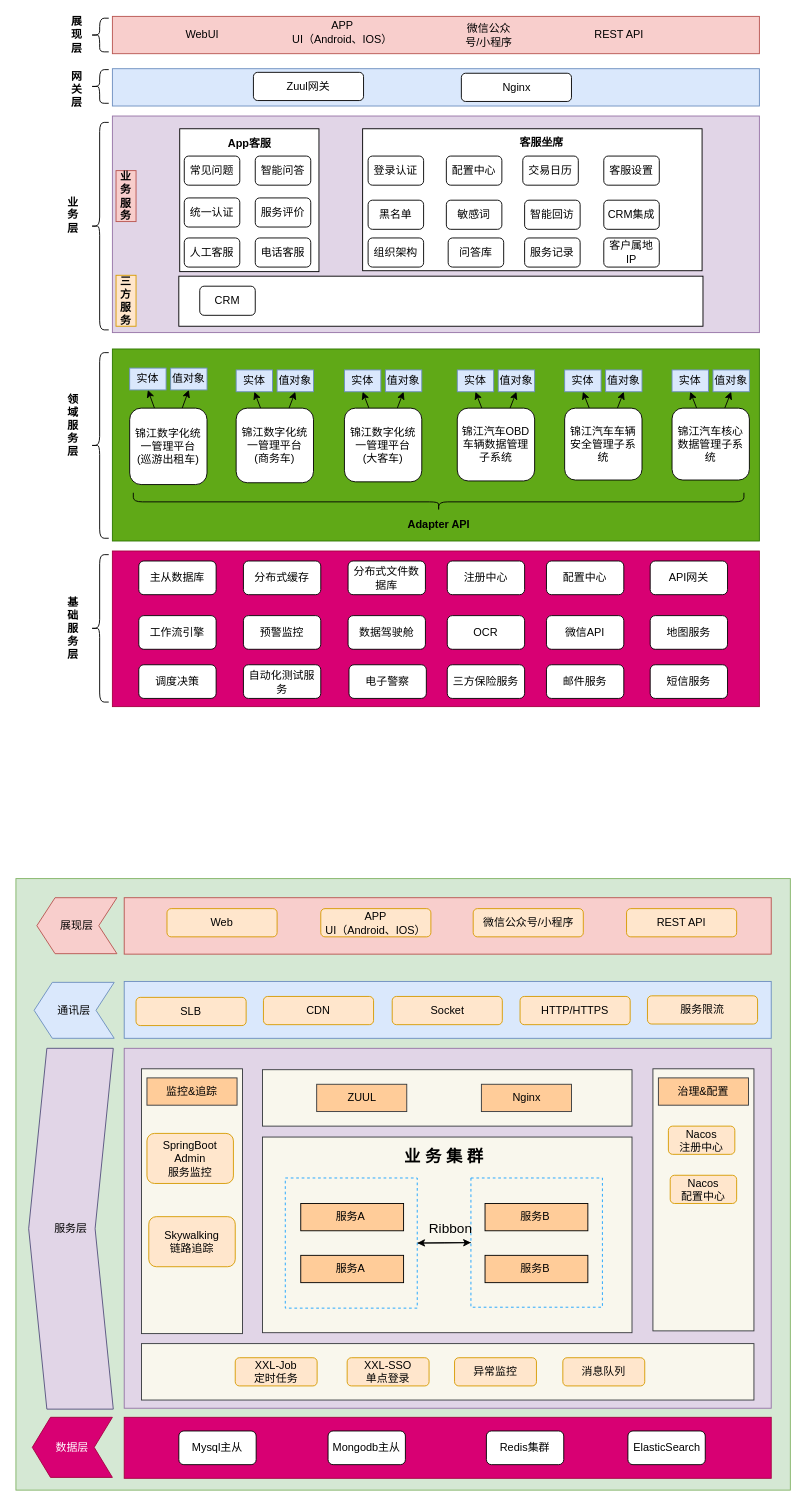
Above: 客服应用架构.drawio in ammengke/my-drawio (draw.io), before the change. Source tidied: cells renumbered, new cells numbered last; positions are measured from the earlier drawing's top-left corner, leaving out a move shared by most shapes. Both pictures are drawn from the tidied source at 91%, with x=0, y=0 at pixel (15, 15).
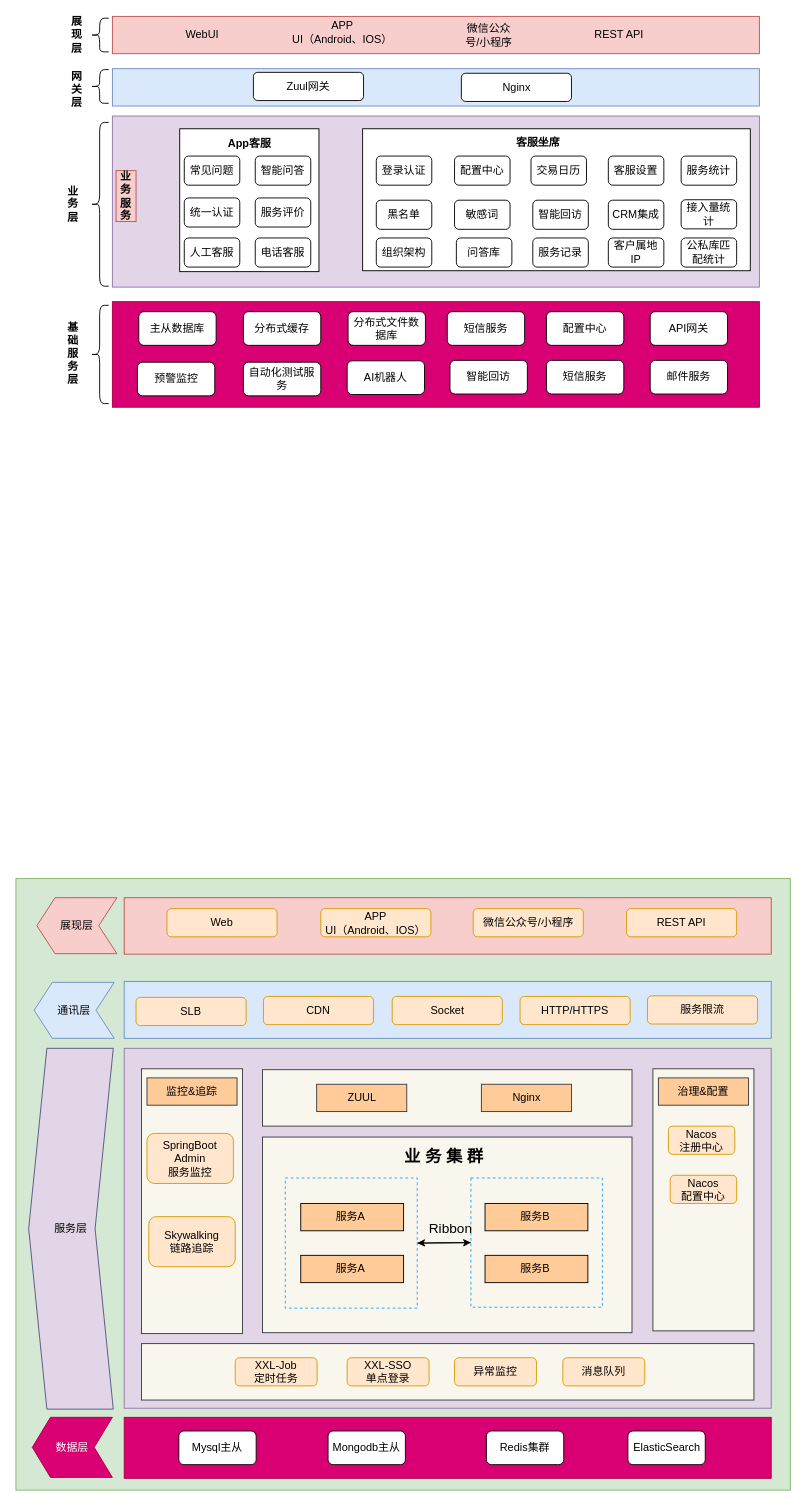
The same diagram, later.

Commit message:
更新客服应用架构.drawio

Change to the diagram source:
```diff
@@
     <mxCell id="3" style="shape=curlyBracket;whiteSpace=wrap;html=1;rounded=1;" parent="1" vertex="1">
-      <mxGeometry x="82" y="592" width="20" height="162" as="geometry" />
+      <mxGeometry x="82" y="318" width="20" height="108" as="geometry" />
     </mxCell>
     <mxCell id="4" style="rounded=0;whiteSpace=wrap;html=1;fillColor=#d80073;fontColor=#ffffff;strokeColor=#A50040;" parent="1" vertex="1">
-      <mxGeometry x="106" y="588" width="711" height="171" as="geometry" />
+      <mxGeometry x="106" y="314" width="711" height="116" as="geometry" />
     </mxCell>
     <mxCell id="5" value="基&lt;br&gt;础&lt;br&gt;服&lt;br&gt;务&lt;br&gt;层" style="text;html=1;strokeColor=none;fillColor=none;align=center;verticalAlign=middle;whiteSpace=wrap;rounded=0;fontStyle=1;" parent="1" vertex="1">
-      <mxGeometry x="33" y="602.5" width="60" height="141" as="geometry" />
+      <mxGeometry x="33" y="300.5" width="60" height="141" as="geometry" />
     </mxCell>
     <mxCell id="6" value="主从数据库" style="rounded=1;whiteSpace=wrap;html=1;" parent="1" vertex="1">
-      <mxGeometry x="135" y="599" width="85" height="37" as="geometry" />
+      <mxGeometry x="135" y="325" width="85" height="37" as="geometry" />
     </mxCell>
-    <mxCell id="7" value="&lt;span style=&quot;text-align: left&quot;&gt;工作流引擎&lt;/span&gt;" style="rounded=1;whiteSpace=wrap;html=1;" parent="1" vertex="1">
-      <mxGeometry x="135" y="659" width="85" height="37" as="geometry" />
-    </mxCell>
     <mxCell id="8" value="分布式缓存" style="rounded=1;whiteSpace=wrap;html=1;" parent="1" vertex="1">
-      <mxGeometry x="250" y="599" width="85" height="37" as="geometry" />
+      <mxGeometry x="250" y="325" width="85" height="37" as="geometry" />
     </mxCell>
     <mxCell id="9" value="分布式文件数据库" style="rounded=1;whiteSpace=wrap;html=1;" parent="1" vertex="1">
-      <mxGeometry x="365" y="599" width="85" height="37" as="geometry" />
+      <mxGeometry x="365" y="325" width="85" height="37" as="geometry" />
     </mxCell>
-    <mxCell id="10" value="注册中心" style="rounded=1;whiteSpace=wrap;html=1;" parent="1" vertex="1">
-      <mxGeometry x="474" y="599" width="85" height="37" as="geometry" />
-    </mxCell>
     <mxCell id="11" value="配置中心" style="rounded=1;whiteSpace=wrap;html=1;" parent="1" vertex="1">
-      <mxGeometry x="583" y="599" width="85" height="37" as="geometry" />
+      <mxGeometry x="583" y="325" width="85" height="37" as="geometry" />
     </mxCell>
     <mxCell id="12" value="API网关" style="rounded=1;whiteSpace=wrap;html=1;" parent="1" vertex="1">
-      <mxGeometry x="697" y="599" width="85" height="37" as="geometry" />
+      <mxGeometry x="697" y="325" width="85" height="37" as="geometry" />
     </mxCell>
     <mxCell id="13" value="预警监控" style="rounded=1;whiteSpace=wrap;html=1;" parent="1" vertex="1">
-      <mxGeometry x="250" y="659" width="85" height="37" as="geometry" />
+      <mxGeometry x="133.5" y="380.5" width="85" height="37" as="geometry" />
     </mxCell>
-    <mxCell id="14" value="OCR" style="rounded=1;whiteSpace=wrap;html=1;" parent="1" vertex="1">
-      <mxGeometry x="474" y="659" width="85" height="37" as="geometry" />
-    </mxCell>
-    <mxCell id="15" value="微信API" style="rounded=1;whiteSpace=wrap;html=1;" parent="1" vertex="1">
-      <mxGeometry x="583" y="659" width="85" height="37" as="geometry" />
-    </mxCell>
-    <mxCell id="16" value="地图服务" style="rounded=1;whiteSpace=wrap;html=1;" parent="1" vertex="1">
-      <mxGeometry x="697" y="659" width="85" height="37" as="geometry" />
-    </mxCell>
-    <mxCell id="17" value="数据驾驶舱" style="rounded=1;whiteSpace=wrap;html=1;" parent="1" vertex="1">
-      <mxGeometry x="365" y="659" width="85" height="37" as="geometry" />
-    </mxCell>
-    <mxCell id="18" style="rounded=0;whiteSpace=wrap;html=1;fillColor=#60a917;fontColor=#ffffff;strokeColor=#2D7600;" parent="1" vertex="1">
-      <mxGeometry x="106" y="366" width="711" height="211" as="geometry" />
-    </mxCell>
-    <mxCell id="19" value="领&lt;br&gt;域&lt;br&gt;服&lt;br&gt;务&lt;br&gt;层" style="text;html=1;strokeColor=none;fillColor=none;align=center;verticalAlign=middle;whiteSpace=wrap;rounded=0;fontStyle=1;" parent="1" vertex="1">
-      <mxGeometry x="33" y="379" width="60" height="141" as="geometry" />
-    </mxCell>
-    <mxCell id="20" style="shape=curlyBracket;whiteSpace=wrap;html=1;rounded=1;" parent="1" vertex="1">
-      <mxGeometry x="82" y="370" width="20" height="204" as="geometry" />
-    </mxCell>
-    <mxCell id="21" style="edgeStyle=none;rounded=0;jettySize=auto;html=1;entryX=0.5;entryY=1;entryDx=0;entryDy=0;fontColor=#000000;" parent="1" edge="1" source="23" target="51">
-      <mxGeometry relative="1" as="geometry" />
-    </mxCell>
-    <mxCell id="22" style="edgeStyle=none;rounded=0;jettySize=auto;html=1;entryX=0.5;entryY=1;entryDx=0;entryDy=0;fontColor=#000000;" parent="1" edge="1" source="23" target="52">
-      <mxGeometry relative="1" as="geometry" />
-    </mxCell>
-    <mxCell id="23" value="锦江汽车核心数据管理子系统" style="rounded=1;whiteSpace=wrap;html=1;" parent="1" vertex="1">
-      <mxGeometry x="721" y="431" width="85" height="79" as="geometry" />
-    </mxCell>
-    <mxCell id="24" style="rounded=0;jettySize=auto;html=1;entryX=0.5;entryY=1;entryDx=0;entryDy=0;fontColor=#000000;" parent="1" edge="1" source="26" target="41">
-      <mxGeometry relative="1" as="geometry" />
-    </mxCell>
-    <mxCell id="25" style="edgeStyle=none;rounded=0;jettySize=auto;html=1;entryX=0.5;entryY=1;entryDx=0;entryDy=0;fontColor=#000000;" parent="1" edge="1" source="26" target="42">
-      <mxGeometry relative="1" as="geometry" />
-    </mxCell>
-    <mxCell id="26" value="锦江数字化统一管理平台&lt;br&gt;(巡游出租车)" style="rounded=1;whiteSpace=wrap;html=1;" parent="1" vertex="1">
-      <mxGeometry x="125" y="431" width="85" height="84" as="geometry" />
-    </mxCell>
-    <mxCell id="27" style="edgeStyle=none;rounded=0;jettySize=auto;html=1;entryX=0.5;entryY=1;entryDx=0;entryDy=0;fontColor=#000000;" parent="1" edge="1" source="29" target="43">
-      <mxGeometry relative="1" as="geometry" />
-    </mxCell>
-    <mxCell id="28" style="edgeStyle=none;rounded=0;jettySize=auto;html=1;entryX=0.5;entryY=1;entryDx=0;entryDy=0;fontColor=#000000;" parent="1" edge="1" source="29" target="44">
-      <mxGeometry relative="1" as="geometry" />
-    </mxCell>
-    <mxCell id="29" value="锦江数字化统一管理平台&lt;br&gt;(商务车)" style="rounded=1;whiteSpace=wrap;html=1;" parent="1" vertex="1">
-      <mxGeometry x="242" y="431" width="85" height="82" as="geometry" />
-    </mxCell>
-    <mxCell id="30" style="edgeStyle=none;rounded=0;jettySize=auto;html=1;entryX=0.5;entryY=1;entryDx=0;entryDy=0;fontColor=#000000;" parent="1" edge="1" source="32" target="45">
-      <mxGeometry relative="1" as="geometry" />
-    </mxCell>
-    <mxCell id="31" style="edgeStyle=none;rounded=0;jettySize=auto;html=1;entryX=0.5;entryY=1;entryDx=0;entryDy=0;fontColor=#000000;" parent="1" edge="1" source="32" target="46">
-      <mxGeometry relative="1" as="geometry" />
-    </mxCell>
-    <mxCell id="32" value="锦江数字化统一管理平台&lt;br&gt;(大客车)" style="rounded=1;whiteSpace=wrap;html=1;" parent="1" vertex="1">
-      <mxGeometry x="361" y="431" width="85" height="81" as="geometry" />
-    </mxCell>
-    <mxCell id="33" style="edgeStyle=none;rounded=0;jettySize=auto;html=1;entryX=0.5;entryY=1;entryDx=0;entryDy=0;fontColor=#000000;" parent="1" edge="1" source="35" target="47">
-      <mxGeometry relative="1" as="geometry" />
-    </mxCell>
-    <mxCell id="34" style="edgeStyle=none;rounded=0;jettySize=auto;html=1;entryX=0.5;entryY=1;entryDx=0;entryDy=0;fontColor=#000000;" parent="1" edge="1" source="35" target="48">
-      <mxGeometry relative="1" as="geometry" />
-    </mxCell>
-    <mxCell id="35" value="锦江汽车OBD车辆数据管理子系统" style="rounded=1;whiteSpace=wrap;html=1;" parent="1" vertex="1">
-      <mxGeometry x="485" y="431" width="85" height="80" as="geometry" />
-    </mxCell>
-    <mxCell id="36" style="edgeStyle=none;rounded=0;jettySize=auto;html=1;entryX=0.5;entryY=1;entryDx=0;entryDy=0;fontColor=#000000;" parent="1" edge="1" source="38" target="49">
-      <mxGeometry relative="1" as="geometry" />
-    </mxCell>
-    <mxCell id="37" style="edgeStyle=none;rounded=0;jettySize=auto;html=1;entryX=0.5;entryY=1;entryDx=0;entryDy=0;fontColor=#000000;" parent="1" edge="1" source="38" target="50">
-      <mxGeometry relative="1" as="geometry" />
-    </mxCell>
-    <mxCell id="38" value="锦江汽车车辆安全管理子系统" style="rounded=1;whiteSpace=wrap;html=1;" parent="1" vertex="1">
-      <mxGeometry x="603" y="431" width="85" height="79" as="geometry" />
-    </mxCell>
-    <mxCell id="39" style="shape=curlyBracket;whiteSpace=wrap;html=1;rounded=1;flipH=1;fontColor=#000000;size=0.5;direction=north;" parent="1" vertex="1">
-      <mxGeometry x="129" y="524" width="671" height="20" as="geometry" />
-    </mxCell>
-    <mxCell id="40" value="Adapter API" style="text;html=1;strokeColor=none;fillColor=none;align=center;verticalAlign=middle;whiteSpace=wrap;rounded=0;fontColor=#000000;fontStyle=1;" parent="1" vertex="1">
-      <mxGeometry x="414.5" y="544" width="100" height="30" as="geometry" />
-    </mxCell>
-    <mxCell id="41" value="实体" style="text;html=1;strokeColor=#6c8ebf;fillColor=#dae8fc;align=center;verticalAlign=middle;whiteSpace=wrap;rounded=0;" parent="1" vertex="1">
-      <mxGeometry x="125" y="387" width="40" height="24" as="geometry" />
-    </mxCell>
-    <mxCell id="42" value="值对象" style="text;html=1;strokeColor=#6c8ebf;fillColor=#dae8fc;align=center;verticalAlign=middle;whiteSpace=wrap;rounded=0;" parent="1" vertex="1">
-      <mxGeometry x="170" y="387" width="40" height="24" as="geometry" />
-    </mxCell>
-    <mxCell id="43" value="实体" style="text;html=1;strokeColor=#6c8ebf;fillColor=#dae8fc;align=center;verticalAlign=middle;whiteSpace=wrap;rounded=0;" parent="1" vertex="1">
-      <mxGeometry x="242" y="389" width="40" height="24" as="geometry" />
-    </mxCell>
-    <mxCell id="44" value="值对象" style="text;html=1;strokeColor=#6c8ebf;fillColor=#dae8fc;align=center;verticalAlign=middle;whiteSpace=wrap;rounded=0;" parent="1" vertex="1">
-      <mxGeometry x="287" y="389" width="40" height="24" as="geometry" />
-    </mxCell>
-    <mxCell id="45" value="实体" style="text;html=1;strokeColor=#6c8ebf;fillColor=#dae8fc;align=center;verticalAlign=middle;whiteSpace=wrap;rounded=0;" parent="1" vertex="1">
-      <mxGeometry x="361" y="389" width="40" height="24" as="geometry" />
-    </mxCell>
-    <mxCell id="46" value="值对象" style="text;html=1;strokeColor=#6c8ebf;fillColor=#dae8fc;align=center;verticalAlign=middle;whiteSpace=wrap;rounded=0;" parent="1" vertex="1">
-      <mxGeometry x="406" y="389" width="40" height="24" as="geometry" />
-    </mxCell>
-    <mxCell id="47" value="实体" style="text;html=1;strokeColor=#6c8ebf;fillColor=#dae8fc;align=center;verticalAlign=middle;whiteSpace=wrap;rounded=0;" parent="1" vertex="1">
-      <mxGeometry x="485" y="389" width="40" height="24" as="geometry" />
-    </mxCell>
-    <mxCell id="48" value="值对象" style="text;html=1;strokeColor=#6c8ebf;fillColor=#dae8fc;align=center;verticalAlign=middle;whiteSpace=wrap;rounded=0;" parent="1" vertex="1">
-      <mxGeometry x="530" y="389" width="40" height="24" as="geometry" />
-    </mxCell>
-    <mxCell id="49" value="实体" style="text;html=1;strokeColor=#6c8ebf;fillColor=#dae8fc;align=center;verticalAlign=middle;whiteSpace=wrap;rounded=0;" parent="1" vertex="1">
-      <mxGeometry x="603" y="389" width="40" height="24" as="geometry" />
-    </mxCell>
-    <mxCell id="50" value="值对象" style="text;html=1;strokeColor=#6c8ebf;fillColor=#dae8fc;align=center;verticalAlign=middle;whiteSpace=wrap;rounded=0;" parent="1" vertex="1">
-      <mxGeometry x="648" y="389" width="40" height="24" as="geometry" />
-    </mxCell>
-    <mxCell id="51" value="实体" style="text;html=1;strokeColor=#6c8ebf;fillColor=#dae8fc;align=center;verticalAlign=middle;whiteSpace=wrap;rounded=0;" parent="1" vertex="1">
-      <mxGeometry x="721" y="389" width="40" height="24" as="geometry" />
-    </mxCell>
-    <mxCell id="52" value="值对象" style="text;html=1;strokeColor=#6c8ebf;fillColor=#dae8fc;align=center;verticalAlign=middle;whiteSpace=wrap;rounded=0;" parent="1" vertex="1">
-      <mxGeometry x="766" y="389" width="40" height="24" as="geometry" />
-    </mxCell>
     <mxCell id="53" style="rounded=0;whiteSpace=wrap;html=1;fillColor=#e1d5e7;strokeColor=#9673a6;" parent="1" vertex="1">
-      <mxGeometry x="106" y="110" width="711" height="238" as="geometry" />
+      <mxGeometry x="106" y="110" width="711" height="188" as="geometry" />
     </mxCell>
     <mxCell id="54" value="业&lt;br&gt;务&lt;br&gt;层" style="text;html=1;strokeColor=none;fillColor=none;align=center;verticalAlign=middle;whiteSpace=wrap;rounded=0;fontStyle=1;" parent="1" vertex="1">
-      <mxGeometry x="33" y="148" width="60" height="141" as="geometry" />
+      <mxGeometry x="33" y="136" width="60" height="141" as="geometry" />
     </mxCell>
     <mxCell id="55" style="shape=curlyBracket;whiteSpace=wrap;html=1;rounded=1;" parent="1" vertex="1">
-      <mxGeometry x="82" y="117" width="20" height="228" as="geometry" />
+      <mxGeometry x="82" y="117" width="20" height="180" as="geometry" />
     </mxCell>
@@
     <mxCell id="57" style="rounded=0;whiteSpace=wrap;html=1;fontColor=#000000;" parent="1" vertex="1">
-      <mxGeometry x="381" y="124" width="373" height="156" as="geometry" />
+      <mxGeometry x="381" y="124" width="426" height="156" as="geometry" />
     </mxCell>
@@
     <mxCell id="59" value="客服坐席" style="text;html=1;strokeColor=none;fillColor=none;align=center;verticalAlign=middle;whiteSpace=wrap;rounded=0;fontColor=#000000;fontStyle=1;" parent="1" vertex="1">
-      <mxGeometry x="540" y="124" width="76" height="30" as="geometry" />
+      <mxGeometry x="536" y="124" width="76" height="30" as="geometry" />
     </mxCell>
-    <mxCell id="60" style="rounded=0;whiteSpace=wrap;html=1;fontColor=#000000;" parent="1" vertex="1">
-      <mxGeometry x="179" y="286" width="576" height="55" as="geometry" />
-    </mxCell>
@@
     <mxCell id="67" value="登录认证" style="rounded=1;whiteSpace=wrap;html=1;fontColor=#000000;" parent="1" vertex="1">
-      <mxGeometry x="387" y="154" width="61" height="32" as="geometry" />
+      <mxGeometry x="396" y="154" width="61" height="32" as="geometry" />
     </mxCell>
     <mxCell id="68" value="配置中心" style="rounded=1;whiteSpace=wrap;html=1;fontColor=#000000;" parent="1" vertex="1">
-      <mxGeometry x="473" y="154" width="61" height="32" as="geometry" />
+      <mxGeometry x="482" y="154" width="61" height="32" as="geometry" />
     </mxCell>
     <mxCell id="69" value="黑名单" style="rounded=1;whiteSpace=wrap;html=1;fontColor=#000000;" parent="1" vertex="1">
-      <mxGeometry x="387" y="202.5" width="61" height="32" as="geometry" />
+      <mxGeometry x="396" y="202.5" width="61" height="32" as="geometry" />
     </mxCell>
     <mxCell id="70" value="敏感词" style="rounded=1;whiteSpace=wrap;html=1;fontColor=#000000;" parent="1" vertex="1">
-      <mxGeometry x="473" y="202.5" width="61" height="32" as="geometry" />
+      <mxGeometry x="482" y="202.5" width="61" height="32" as="geometry" />
     </mxCell>
     <mxCell id="71" value="组织架构" style="rounded=1;whiteSpace=wrap;html=1;fontColor=#000000;" parent="1" vertex="1">
-      <mxGeometry x="387" y="244" width="61" height="32" as="geometry" />
+      <mxGeometry x="396" y="244" width="61" height="32" as="geometry" />
     </mxCell>
     <mxCell id="72" value="问答库" style="rounded=1;whiteSpace=wrap;html=1;fontColor=#000000;" parent="1" vertex="1">
-      <mxGeometry x="475" y="244" width="61" height="32" as="geometry" />
+      <mxGeometry x="484" y="244" width="61" height="32" as="geometry" />
     </mxCell>
-    <mxCell id="73" value="三&lt;br&gt;方&lt;br&gt;服&lt;br&gt;务" style="text;html=1;strokeColor=#d79b00;fillColor=#ffe6cc;align=center;verticalAlign=middle;whiteSpace=wrap;rounded=0;fontStyle=1;" parent="1" vertex="1">
-      <mxGeometry x="110" y="285" width="22" height="56" as="geometry" />
-    </mxCell>
@@
-    <mxCell id="87" value="&lt;span style=&quot;text-align: left&quot;&gt;调度决策&lt;/span&gt;" style="rounded=1;whiteSpace=wrap;html=1;" parent="1" vertex="1">
-      <mxGeometry x="135" y="713" width="85" height="37" as="geometry" />
-    </mxCell>
@@
     <mxCell id="136" value="短信服务" style="rounded=1;whiteSpace=wrap;html=1;" parent="1" vertex="1">
-      <mxGeometry x="697" y="713" width="85" height="37" as="geometry" />
+      <mxGeometry x="474" y="325" width="85" height="37" as="geometry" />
     </mxCell>
-    <mxCell id="137" value="邮件服务" style="rounded=1;whiteSpace=wrap;html=1;" parent="1" vertex="1">
-      <mxGeometry x="583" y="713" width="85" height="37" as="geometry" />
-    </mxCell>
-    <mxCell id="138" value="三方保险服务" style="rounded=1;whiteSpace=wrap;html=1;" parent="1" vertex="1">
-      <mxGeometry x="474" y="713" width="85" height="37" as="geometry" />
-    </mxCell>
-    <mxCell id="139" value="电子警察" style="rounded=1;whiteSpace=wrap;html=1;" parent="1" vertex="1">
-      <mxGeometry x="366" y="713" width="85" height="37" as="geometry" />
-    </mxCell>
     <mxCell id="140" value="自动化测试服务" style="rounded=1;whiteSpace=wrap;html=1;" parent="1" vertex="1">
-      <mxGeometry x="250" y="713" width="85" height="37" as="geometry" />
+      <mxGeometry x="250" y="380.5" width="85" height="37" as="geometry" />
     </mxCell>
     <mxCell id="141" value="交易日历" style="rounded=1;whiteSpace=wrap;html=1;fontColor=#000000;" parent="1" vertex="1">
-      <mxGeometry x="557" y="154" width="61" height="32" as="geometry" />
+      <mxGeometry x="566" y="154" width="61" height="32" as="geometry" />
     </mxCell>
     <mxCell id="142" value="智能回访" style="rounded=1;whiteSpace=wrap;html=1;fontColor=#000000;" parent="1" vertex="1">
-      <mxGeometry x="559" y="202.5" width="61" height="32" as="geometry" />
+      <mxGeometry x="568" y="202.5" width="61" height="32" as="geometry" />
     </mxCell>
     <mxCell id="143" value="服务记录" style="rounded=1;whiteSpace=wrap;html=1;fontColor=#000000;" parent="1" vertex="1">
-      <mxGeometry x="559" y="244" width="61" height="32" as="geometry" />
+      <mxGeometry x="568" y="244" width="61" height="32" as="geometry" />
     </mxCell>
     <mxCell id="144" value="客服设置" style="rounded=1;whiteSpace=wrap;html=1;fontColor=#000000;" parent="1" vertex="1">
-      <mxGeometry x="646" y="154" width="61" height="32" as="geometry" />
+      <mxGeometry x="651" y="154" width="61" height="32" as="geometry" />
     </mxCell>
     <mxCell id="145" value="CRM集成" style="rounded=1;whiteSpace=wrap;html=1;fontColor=#000000;" parent="1" vertex="1">
-      <mxGeometry x="646" y="202.5" width="61" height="32" as="geometry" />
+      <mxGeometry x="651" y="202.5" width="61" height="32" as="geometry" />
     </mxCell>
     <mxCell id="146" value="客户属地IP" style="rounded=1;whiteSpace=wrap;html=1;fontColor=#000000;" parent="1" vertex="1">
-      <mxGeometry x="646" y="244" width="61" height="32" as="geometry" />
+      <mxGeometry x="651" y="244" width="61" height="32" as="geometry" />
     </mxCell>
-    <mxCell id="147" value="CRM" style="rounded=1;whiteSpace=wrap;html=1;fontColor=#000000;" parent="1" vertex="1">
-      <mxGeometry x="202" y="297" width="61" height="32" as="geometry" />
-    </mxCell>
+    <mxCell id="148" value="AI机器人" style="rounded=1;whiteSpace=wrap;html=1;" parent="1" vertex="1">
+      <mxGeometry x="364" y="379" width="85" height="37" as="geometry" />
+    </mxCell>
+    <mxCell id="149" value="智能回访" style="rounded=1;whiteSpace=wrap;html=1;" parent="1" vertex="1">
+      <mxGeometry x="477" y="378.5" width="85" height="37" as="geometry" />
+    </mxCell>
+    <mxCell id="150" value="服务统计" style="rounded=1;whiteSpace=wrap;html=1;fontColor=#000000;" parent="1" vertex="1">
+      <mxGeometry x="731" y="154" width="61" height="32" as="geometry" />
+    </mxCell>
+    <mxCell id="151" value="接入量统计" style="rounded=1;whiteSpace=wrap;html=1;fontColor=#000000;" parent="1" vertex="1">
+      <mxGeometry x="731" y="202" width="61" height="32" as="geometry" />
+    </mxCell>
+    <mxCell id="152" value="公私库匹配统计" style="rounded=1;whiteSpace=wrap;html=1;fontColor=#000000;" parent="1" vertex="1">
+      <mxGeometry x="731" y="244" width="61" height="32" as="geometry" />
+    </mxCell>
+    <mxCell id="153" value="短信服务" style="rounded=1;whiteSpace=wrap;html=1;" parent="1" vertex="1">
+      <mxGeometry x="583" y="378.5" width="85" height="37" as="geometry" />
+    </mxCell>
+    <mxCell id="137" value="邮件服务" style="rounded=1;whiteSpace=wrap;html=1;" parent="1" vertex="1">
+      <mxGeometry x="697" y="378.5" width="85" height="37" as="geometry" />
+    </mxCell>
```
